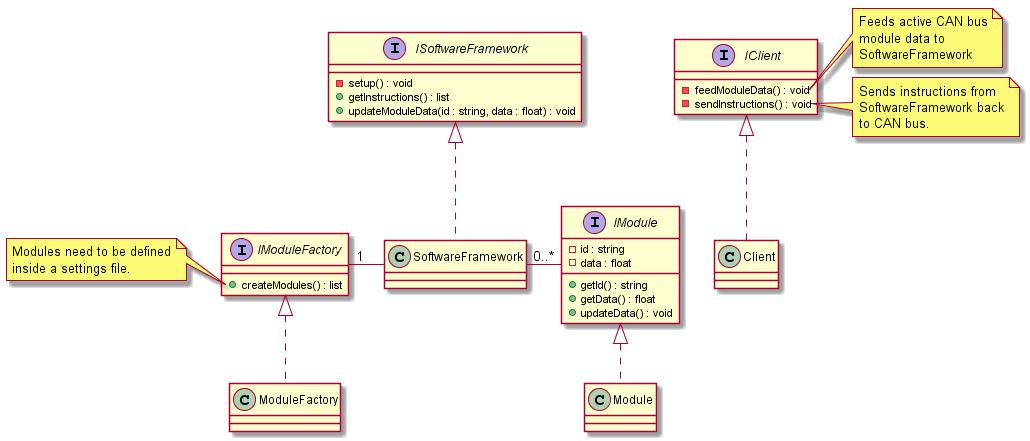
S-Vrijenhoek/Microtransat-Software-Framework keeps this PlantUML diagram as docs/diagrams/out/class_diagram/Class Diagram.png. Above is the earlier version. Its diagram source:
```plantuml
@startuml Class Diagram

interface IClient
interface IModule
interface IModuleFactory
interface ISoftwareFramework

class Client
class Module
class ModuleFactory
class SoftwareFramework

IClient <|.. Client
IModule <|.. Module
IModuleFactory <|.. ModuleFactory
ISoftwareFramework <|.. SoftwareFramework

SoftwareFramework - "0..*" IModule
SoftwareFramework -left- "1" IModuleFactory

interface IClient {
    - feedModuleData() : void
    - sendInstructions() : void
}

interface IModule {
    - id : string
    - data : float
    + getId() : string
    + getData() : float
    + updateData() : void
}

interface ISoftwareFramework {
    - setup() : void
    + getInstructions() : list
    + updateModuleData(id : string, data : float) : void
}

interface IModuleFactory {
    + createModules() : list
}

note left of IModuleFactory::createModules
    Modules need to be defined
    inside a settings file.
end note

note right of IClient::feedModuleData
    Feeds active CAN bus
    module data to
    SoftwareFramework
end note

note right of IClient::sendInstructions
    Sends instructions from
    SoftwareFramework back
    to CAN bus.
end note

@enduml
```
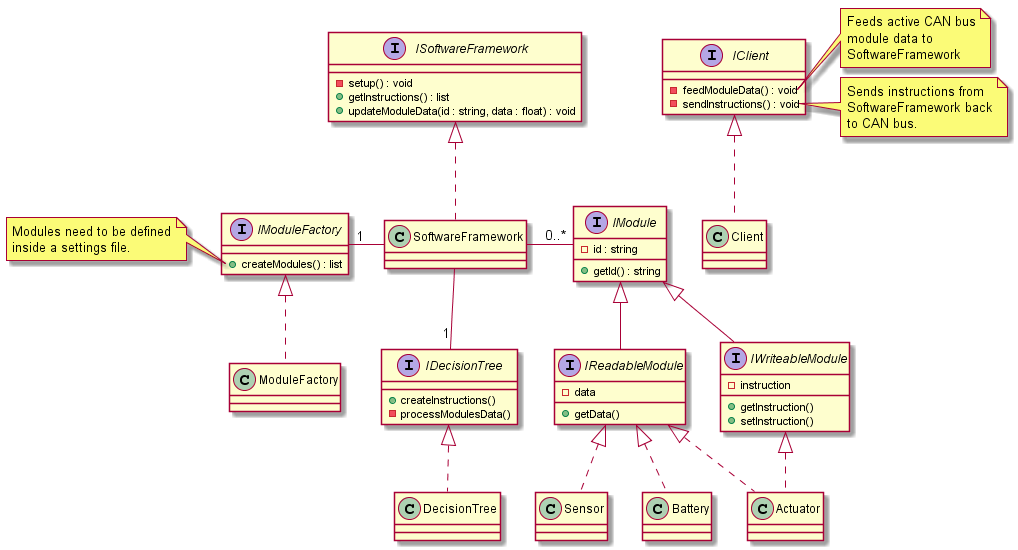
Later version of the same file.

Commit message:
WIP: Updated class diagram

The edit, as a diff of the source:
```diff
@@ -3,20 +3,32 @@
 interface IClient
 interface IModule
 interface IModuleFactory
+interface IDecisionTree
 interface ISoftwareFramework
+interface IReadableModule
+interface IWriteableModule
 
 class Client
-class Module
 class ModuleFactory
+class DecisionTree
 class SoftwareFramework
+class Sensor
+class Actuator
+class Battery
 
 IClient <|.. Client
-IModule <|.. Module
+IModule <|-- IReadableModule
+IModule <|-- IWriteableModule
+IReadableModule <|.. Sensor
+IReadableModule <|.. Actuator
+IReadableModule <|.. Battery
+IWriteableModule <|.. Actuator
 IModuleFactory <|.. ModuleFactory
+IDecisionTree <|.. DecisionTree
 ISoftwareFramework <|.. SoftwareFramework
-
 SoftwareFramework - "0..*" IModule
 SoftwareFramework -left- "1" IModuleFactory
+SoftwareFramework -down- "1" IDecisionTree
 
 interface IClient {
     - feedModuleData() : void
@@ -25,10 +37,18 @@
 
 interface IModule {
     - id : string
-    - data : float
     + getId() : string
-    + getData() : float
-    + updateData() : void
+}
+
+interface IReadableModule {
+    - data
+    + getData()
+}
+
+interface IWriteableModule {
+    - instruction
+    + getInstruction()
+    + setInstruction()
 }
 
 interface ISoftwareFramework {
@@ -39,6 +59,11 @@
 
 interface IModuleFactory {
     + createModules() : list
+}
+
+interface IDecisionTree {
+    + createInstructions()
+    - processModulesData()
 }
 
 note left of IModuleFactory::createModules
```
